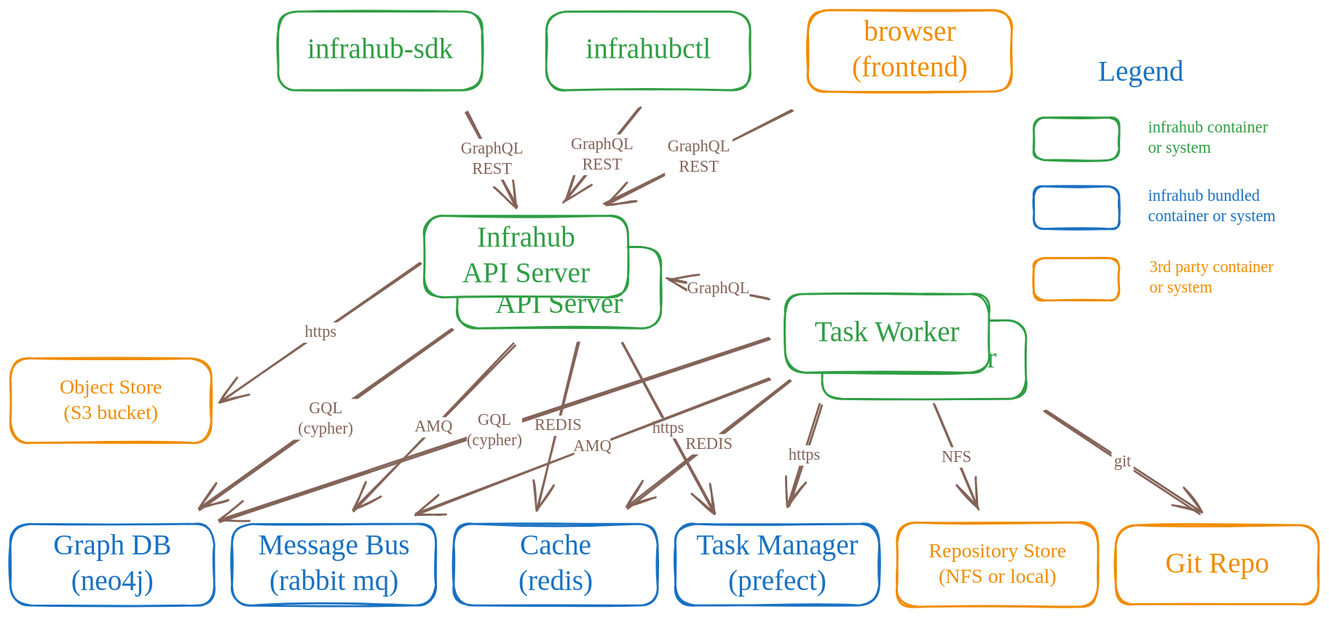
opsmill/infrahub-docs keeps this Excalidraw diagram as docs/docs/media/high_level_architecture.excalidraw.svg. Above is the earlier version. Source tidied: one line per element, renumbered; positions are measured from the earlier drawing's top-left corner, leaving out a move shared by most shapes.
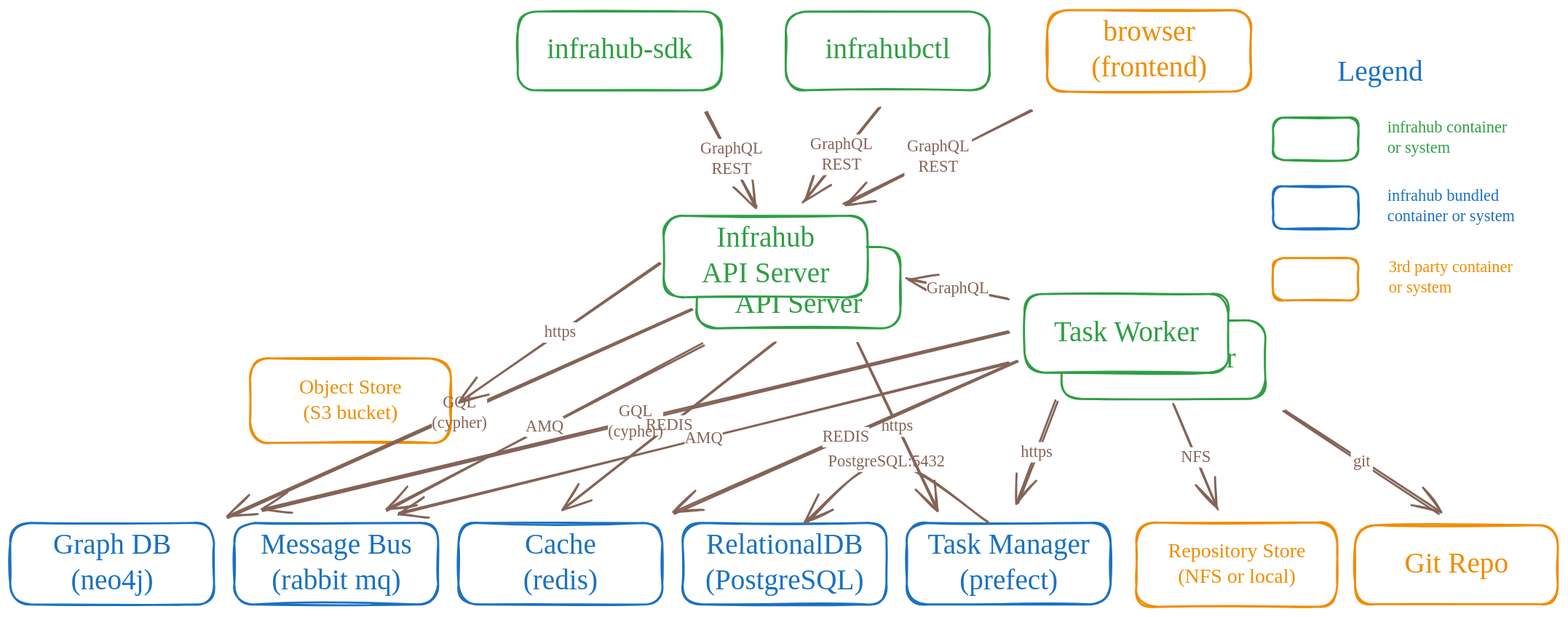
Later version of the same file.

Change to the diagram source:
```diff
@@ -8,12 +8,12 @@
 {"id": 7, "type": "text", "text": "Infrahub\nAPI Server", "strokeColor": "#2f9e44", "strokeWidth": 2, "roughness": 1, "fontSize": 28, "fontFamily": 5, "textAlign": "center", "verticalAlign": "middle", "inside": 6, "x": 463, "y": 237, "width": 150, "height": 70}
 {"id": 8, "type": "rectangle", "strokeColor": "#2f9e44", "backgroundColor": "#ffffff", "fillStyle": "solid", "strokeWidth": 2, "roughness": 1, "round": true, "x": 406, "y": 202, "width": 200, "height": 80}
 {"id": 9, "type": "text", "text": "Infrahub\nAPI Server", "strokeColor": "#2f9e44", "strokeWidth": 2, "roughness": 1, "fontSize": 28, "fontFamily": 5, "textAlign": "center", "verticalAlign": "middle", "inside": 8, "x": 431, "y": 207, "width": 150, "height": 70}
-{"id": 10, "type": "rectangle", "strokeColor": "#1971c2", "strokeWidth": 2, "roughness": 1, "round": true, "x": 0, "y": 504, "width": 200, "height": 80}
+{"id": 10, "type": "rectangle", "strokeColor": "#1971c2", "strokeWidth": 2, "roughness": 1, "round": true, "x": -235, "y": 504, "width": 200, "height": 80}
-{"id": 11, "type": "text", "text": "Graph DB\n(neo4j)", "strokeColor": "#1971c2", "strokeWidth": 2, "roughness": 1, "fontSize": 28, "fontFamily": 5, "textAlign": "center", "verticalAlign": "middle", "inside": 10, "x": 33, "y": 509, "width": 134, "height": 70}
+{"id": 11, "type": "text", "text": "Graph DB\n(neo4j)", "strokeColor": "#1971c2", "strokeWidth": 2, "roughness": 1, "fontSize": 28, "fontFamily": 5, "textAlign": "center", "verticalAlign": "middle", "inside": 10, "x": -202, "y": 509, "width": 134, "height": 70}
-{"id": 12, "type": "rectangle", "strokeColor": "#1971c2", "strokeWidth": 2, "roughness": 1, "round": true, "x": 217, "y": 504, "width": 200, "height": 80}
+{"id": 12, "type": "rectangle", "strokeColor": "#1971c2", "strokeWidth": 2, "roughness": 1, "round": true, "x": -15, "y": 504, "width": 200, "height": 80}
-{"id": 13, "type": "text", "text": "Message Bus\n(rabbit mq)", "strokeColor": "#1971c2", "strokeWidth": 2, "roughness": 1, "fontSize": 28, "fontFamily": 5, "textAlign": "center", "verticalAlign": "middle", "inside": 12, "x": 229, "y": 509, "width": 177, "height": 70}
+{"id": 13, "type": "text", "text": "Message Bus\n(rabbit mq)", "strokeColor": "#1971c2", "strokeWidth": 2, "roughness": 1, "fontSize": 28, "fontFamily": 5, "textAlign": "center", "verticalAlign": "middle", "inside": 12, "x": 10, "y": 509, "width": 149, "height": 70}
-{"id": 14, "type": "rectangle", "strokeColor": "#1971c2", "strokeWidth": 2, "roughness": 1, "round": true, "x": 435, "y": 504, "width": 200, "height": 80}
+{"id": 14, "type": "rectangle", "strokeColor": "#1971c2", "strokeWidth": 2, "roughness": 1, "round": true, "x": 205, "y": 504, "width": 200, "height": 80}
-{"id": 15, "type": "text", "text": "Cache\n(redis)", "strokeColor": "#1971c2", "strokeWidth": 2, "roughness": 1, "fontSize": 28, "fontFamily": 5, "textAlign": "center", "verticalAlign": "middle", "inside": 14, "x": 491, "y": 509, "width": 89, "height": 70}
+{"id": 15, "type": "text", "text": "Cache\n(redis)", "strokeColor": "#1971c2", "strokeWidth": 2, "roughness": 1, "fontSize": 28, "fontFamily": 5, "textAlign": "center", "verticalAlign": "middle", "inside": 14, "x": 260, "y": 509, "width": 89, "height": 70}
 {"id": 16, "type": "rectangle", "strokeColor": "#f08c00", "strokeWidth": 2, "roughness": 1, "round": true, "x": 870, "y": 503, "width": 197, "height": 83}
 {"id": 17, "type": "text", "text": "Repository Store\n(NFS or local)", "strokeColor": "#f08c00", "strokeWidth": 2, "roughness": 1, "fontSize": 20, "fontFamily": 5, "textAlign": "center", "verticalAlign": "middle", "inside": 16, "x": 884, "y": 519, "width": 169, "height": 50}
 {"id": 18, "type": "rectangle", "strokeColor": "#f08c00", "strokeWidth": 2, "roughness": 1, "round": true, "x": 1085, "y": 506, "width": 199, "height": 78}
@@ -25,8 +25,8 @@
 {"id": 24, "type": "text", "text": "infrahub bundled\ncontainer or system", "strokeColor": "#1971c2", "backgroundColor": "#ffffff", "fillStyle": "solid", "strokeWidth": 2, "roughness": 1, "fontSize": 16, "fontFamily": 5, "x": 1116, "y": 173, "width": 125, "height": 40}
 {"id": 25, "type": "rectangle", "strokeColor": "#f08c00", "strokeWidth": 2, "roughness": 1, "round": true, "x": 1004, "y": 243, "width": 84, "height": 42}
 {"id": 26, "type": "text", "text": "3rd party container\nor system", "strokeColor": "#f08c00", "backgroundColor": "#ffffff", "fillStyle": "solid", "strokeWidth": 2, "roughness": 1, "fontSize": 16, "fontFamily": 5, "x": 1118, "y": 243, "width": 122, "height": 40}
-{"id": 27, "type": "rectangle", "strokeColor": "#1971c2", "strokeWidth": 2, "roughness": 1, "round": true, "x": 652, "y": 504, "width": 200, "height": 80}
+{"id": 27, "type": "rectangle", "strokeColor": "#1971c2", "strokeWidth": 2, "roughness": 1, "round": true, "x": 645, "y": 504, "width": 200, "height": 80}
-{"id": 28, "type": "text", "text": "Task Manager\n(prefect)", "strokeColor": "#1971c2", "strokeWidth": 2, "roughness": 1, "fontSize": 28, "fontFamily": 5, "textAlign": "center", "verticalAlign": "middle", "inside": 27, "x": 658, "y": 509, "width": 189, "height": 70}
+{"id": 28, "type": "text", "text": "Task Manager\n(prefect)", "strokeColor": "#1971c2", "strokeWidth": 2, "roughness": 1, "fontSize": 28, "fontFamily": 5, "textAlign": "center", "verticalAlign": "middle", "inside": 27, "x": 650, "y": 509, "width": 189, "height": 70}
 {"id": 29, "type": "arrow", "strokeColor": "#846358", "backgroundColor": "#ffffff", "fillStyle": "solid", "strokeWidth": 2, "roughness": 1, "endArrowhead": "arrow", "round": true, "to": 8, "x": 448, "y": 100, "width": 49, "height": 93, "points": [[0, 0], [49, 93]]}
 {"id": 30, "type": "text", "text": "GraphQL\nREST", "strokeColor": "#846358", "backgroundColor": "#ffffff", "fillStyle": "solid", "strokeWidth": 2, "roughness": 1, "fontSize": 16, "fontFamily": 5, "textAlign": "center", "verticalAlign": "middle", "inside": 29, "x": 439, "y": 126, "width": 66, "height": 40}
 {"id": 31, "type": "arrow", "strokeColor": "#846358", "backgroundColor": "#ffffff", "fillStyle": "solid", "strokeWidth": 2, "roughness": 1, "endArrowhead": "arrow", "round": true, "to": 8, "x": 618, "y": 96, "width": 74, "height": 93, "points": [[0, 0], [-74, 93]]}
@@ -41,25 +41,29 @@
 {"id": 40, "type": "text", "text": "Object Store\n(S3 bucket)", "strokeColor": "#f08c00", "strokeWidth": 2, "roughness": 1, "fontSize": 20, "fontFamily": 5, "textAlign": "center", "verticalAlign": "middle", "inside": 39, "x": 35, "y": 358, "width": 126, "height": 50}
 {"id": 41, "type": "arrow", "strokeColor": "#846358", "backgroundColor": "#ffffff", "fillStyle": "solid", "strokeWidth": 2, "roughness": 1, "endArrowhead": "arrow", "round": true, "from": 8, "to": 39, "x": 402, "y": 248, "width": 195, "height": 136, "points": [[0, 0], [-195, 136]]}
 {"id": 42, "type": "text", "text": "https", "strokeColor": "#846358", "backgroundColor": "#ffffff", "fillStyle": "solid", "strokeWidth": 2, "roughness": 1, "fontSize": 16, "fontFamily": 5, "textAlign": "center", "verticalAlign": "middle", "inside": 41, "x": 236, "y": 343, "width": 45, "height": 20}
-{"id": 43, "type": "arrow", "strokeColor": "#846358", "backgroundColor": "#ffffff", "fillStyle": "solid", "strokeWidth": 2, "roughness": 1, "endArrowhead": "arrow", "round": true, "from": 6, "to": 10, "x": 434, "y": 313, "width": 249, "height": 177, "points": [[0, 0], [-249, 177]]}
+{"id": 43, "type": "arrow", "strokeColor": "#846358", "backgroundColor": "#ffffff", "fillStyle": "solid", "strokeWidth": 2, "roughness": 1, "endArrowhead": "arrow", "round": true, "from": 6, "to": 10, "x": 434, "y": 294, "width": 456, "height": 204, "points": [[0, 0], [-456, 204]]}
-{"id": 44, "type": "text", "text": "GQL\n(cypher)", "strokeColor": "#846358", "backgroundColor": "#ffffff", "fillStyle": "solid", "strokeWidth": 2, "roughness": 1, "fontSize": 16, "fontFamily": 5, "textAlign": "center", "verticalAlign": "middle", "inside": 43, "x": 331, "y": 377, "width": 63, "height": 40}
+{"id": 44, "type": "text", "text": "GQL\n(cypher)", "strokeColor": "#846358", "backgroundColor": "#ffffff", "fillStyle": "solid", "strokeWidth": 2, "roughness": 1, "fontSize": 16, "fontFamily": 5, "textAlign": "center", "verticalAlign": "middle", "inside": 43, "x": 331, "y": 377, "width": 54, "height": 40}
-{"id": 45, "type": "arrow", "strokeColor": "#846358", "backgroundColor": "#ffffff", "fillStyle": "solid", "strokeWidth": 2, "roughness": 1, "endArrowhead": "arrow", "round": true, "from": 6, "to": 12, "x": 495, "y": 328, "width": 159, "height": 163, "points": [[0, 0], [-159, 163]]}
+{"id": 45, "type": "arrow", "strokeColor": "#846358", "backgroundColor": "#ffffff", "fillStyle": "solid", "strokeWidth": 2, "roughness": 1, "endArrowhead": "arrow", "round": true, "from": 6, "to": 12, "x": 445, "y": 328, "width": 311, "height": 162, "points": [[0, 0], [-311, 162]]}
-{"id": 46, "type": "text", "text": "AMQ", "strokeColor": "#846358", "backgroundColor": "#ffffff", "fillStyle": "solid", "strokeWidth": 2, "roughness": 1, "fontSize": 16, "fontFamily": 5, "textAlign": "center", "verticalAlign": "middle", "inside": 45, "x": 499, "y": 391, "width": 35, "height": 20}
+{"id": 46, "type": "text", "text": "AMQ", "strokeColor": "#846358", "backgroundColor": "#ffffff", "fillStyle": "solid", "strokeWidth": 2, "roughness": 1, "fontSize": 16, "fontFamily": 5, "textAlign": "center", "verticalAlign": "middle", "inside": 45, "x": 499, "y": 391, "width": 37, "height": 20}
-{"id": 47, "type": "arrow", "strokeColor": "#846358", "backgroundColor": "#ffffff", "fillStyle": "solid", "strokeWidth": 2, "roughness": 1, "endArrowhead": "arrow", "round": true, "from": 37, "to": 12, "x": 745, "y": 363, "width": 348, "height": 132, "points": [[0, 0], [-348, 132]]}
+{"id": 47, "type": "arrow", "strokeColor": "#846358", "backgroundColor": "#ffffff", "fillStyle": "solid", "strokeWidth": 2, "roughness": 1, "endArrowhead": "arrow", "round": true, "from": 37, "to": 12, "x": 745, "y": 347, "width": 599, "height": 147, "points": [[0, 0], [-599, 147]]}
-{"id": 48, "type": "text", "text": "AMQ", "strokeColor": "#846358", "backgroundColor": "#ffffff", "fillStyle": "solid", "strokeWidth": 2, "roughness": 1, "fontSize": 16, "fontFamily": 5, "textAlign": "center", "verticalAlign": "middle", "inside": 47, "x": 507, "y": 383, "width": 35, "height": 20}
+{"id": 48, "type": "text", "text": "AMQ", "strokeColor": "#846358", "backgroundColor": "#ffffff", "fillStyle": "solid", "strokeWidth": 2, "roughness": 1, "fontSize": 16, "fontFamily": 5, "textAlign": "center", "verticalAlign": "middle", "inside": 47, "x": 507, "y": 383, "width": 37, "height": 20}
-{"id": 49, "type": "arrow", "strokeColor": "#846358", "backgroundColor": "#ffffff", "fillStyle": "solid", "strokeWidth": 2, "roughness": 1, "endArrowhead": "arrow", "round": true, "from": 6, "to": 14, "x": 557, "y": 325, "width": 40, "height": 165, "points": [[0, 0], [-40, 165]]}
+{"id": 49, "type": "arrow", "strokeColor": "#846358", "backgroundColor": "#ffffff", "fillStyle": "solid", "strokeWidth": 2, "roughness": 1, "endArrowhead": "arrow", "round": true, "from": 6, "to": 14, "x": 515, "y": 325, "width": 208, "height": 165, "points": [[0, 0], [-208, 165]]}
-{"id": 50, "type": "text", "text": "REDIS", "strokeColor": "#846358", "backgroundColor": "#ffffff", "fillStyle": "solid", "strokeWidth": 2, "roughness": 1, "fontSize": 16, "fontFamily": 5, "textAlign": "center", "verticalAlign": "middle", "inside": 49, "x": 634, "y": 366, "width": 55, "height": 20}
+{"id": 50, "type": "text", "text": "REDIS", "strokeColor": "#846358", "backgroundColor": "#ffffff", "fillStyle": "solid", "strokeWidth": 2, "roughness": 1, "fontSize": 16, "fontFamily": 5, "textAlign": "center", "verticalAlign": "middle", "inside": 49, "x": 634, "y": 366, "width": 46, "height": 20}
 {"id": 51, "type": "arrow", "strokeColor": "#846358", "backgroundColor": "#ffffff", "fillStyle": "solid", "strokeWidth": 2, "roughness": 1, "endArrowhead": "arrow", "round": true, "from": 35, "to": 16, "x": 906, "y": 388, "width": 44, "height": 102, "points": [[0, 0], [44, 102]]}
 {"id": 52, "type": "text", "text": "NFS", "strokeColor": "#846358", "backgroundColor": "#ffffff", "fillStyle": "solid", "strokeWidth": 2, "roughness": 1, "fontSize": 16, "fontFamily": 5, "textAlign": "center", "verticalAlign": "middle", "inside": 51, "x": 940, "y": 457, "width": 31, "height": 20}
 {"id": 53, "type": "arrow", "strokeColor": "#846358", "backgroundColor": "#ffffff", "fillStyle": "solid", "strokeWidth": 2, "roughness": 1, "endArrowhead": "arrow", "round": true, "from": 35, "to": 18, "x": 1015, "y": 393, "width": 153, "height": 101, "points": [[0, 0], [153, 101]]}
 {"id": 54, "type": "text", "text": "git", "strokeColor": "#846358", "backgroundColor": "#ffffff", "fillStyle": "solid", "strokeWidth": 2, "roughness": 1, "fontSize": 16, "fontFamily": 5, "textAlign": "center", "verticalAlign": "middle", "inside": 53, "x": 1122, "y": 450, "width": 22, "height": 20}
-{"id": 55, "type": "arrow", "strokeColor": "#846358", "backgroundColor": "#ffffff", "fillStyle": "solid", "strokeWidth": 2, "roughness": 1, "startArrowhead": "arrow", "round": true, "from": 27, "to": 35, "x": 763, "y": 488, "width": 32, "height": 101, "points": [[0, 0], [32, -101]]}
+{"id": 55, "type": "arrow", "strokeColor": "#846358", "backgroundColor": "#ffffff", "fillStyle": "solid", "strokeWidth": 2, "roughness": 1, "startArrowhead": "arrow", "round": true, "from": 27, "to": 35, "x": 753, "y": 485, "width": 39, "height": 101, "points": [[0, 0], [39, -101]]}
-{"id": 56, "type": "text", "text": "https", "strokeColor": "#846358", "backgroundColor": "#ffffff", "fillStyle": "solid", "strokeWidth": 2, "roughness": 1, "fontSize": 16, "fontFamily": 5, "textAlign": "center", "verticalAlign": "middle", "inside": 55, "x": 236, "y": 343, "width": 45, "height": 20}
+{"id": 56, "type": "text", "text": "https", "strokeColor": "#846358", "backgroundColor": "#ffffff", "fillStyle": "solid", "strokeWidth": 2, "roughness": 1, "fontSize": 16, "fontFamily": 5, "textAlign": "center", "verticalAlign": "middle", "inside": 55, "x": 236, "y": 343, "width": 31, "height": 20}
-{"id": 57, "type": "arrow", "strokeColor": "#846358", "backgroundColor": "#ffffff", "fillStyle": "solid", "strokeWidth": 2, "roughness": 1, "endArrowhead": "arrow", "round": true, "from": 6, "to": 27, "x": 600, "y": 326, "width": 91, "height": 168, "points": [[0, 0], [91, 168]]}
+{"id": 57, "type": "arrow", "strokeColor": "#846358", "backgroundColor": "#ffffff", "fillStyle": "solid", "strokeWidth": 2, "roughness": 1, "endArrowhead": "arrow", "round": true, "from": 6, "to": 27, "x": 596, "y": 326, "width": 79, "height": 165, "points": [[0, 0], [79, 165]]}
-{"id": 58, "type": "text", "text": "https", "strokeColor": "#846358", "backgroundColor": "#ffffff", "fillStyle": "solid", "strokeWidth": 2, "roughness": 1, "fontSize": 16, "fontFamily": 5, "textAlign": "center", "verticalAlign": "middle", "inside": 57, "x": 663, "y": 249, "width": 45, "height": 20}
+{"id": 58, "type": "text", "text": "https", "strokeColor": "#846358", "backgroundColor": "#ffffff", "fillStyle": "solid", "strokeWidth": 2, "roughness": 1, "fontSize": 16, "fontFamily": 5, "textAlign": "center", "verticalAlign": "middle", "inside": 57, "x": 663, "y": 249, "width": 31, "height": 20}
 {"id": 59, "type": "arrow", "strokeColor": "#846358", "backgroundColor": "#ffffff", "fillStyle": "solid", "strokeWidth": 2, "roughness": 1, "endArrowhead": "arrow", "round": true, "from": 37, "to": 6, "x": 745, "y": 284, "width": 100, "height": 20, "points": [[0, 0], [-100, -20]]}
 {"id": 60, "type": "text", "text": "GraphQL", "strokeColor": "#846358", "backgroundColor": "#ffffff", "fillStyle": "solid", "strokeWidth": 2, "roughness": 1, "fontSize": 16, "fontFamily": 5, "textAlign": "center", "verticalAlign": "middle", "inside": 59, "x": 664, "y": 264, "width": 61, "height": 20}
-{"id": 61, "type": "arrow", "strokeColor": "#846358", "backgroundColor": "#ffffff", "fillStyle": "solid", "strokeWidth": 2, "roughness": 1, "endArrowhead": "arrow", "round": true, "from": 37, "to": 12, "x": 745, "y": 324, "width": 539, "height": 179, "points": [[0, 0], [-539, 179]]}
+{"id": 61, "type": "arrow", "strokeColor": "#846358", "backgroundColor": "#ffffff", "fillStyle": "solid", "strokeWidth": 2, "roughness": 1, "endArrowhead": "arrow", "round": true, "from": 37, "to": 12, "x": 745, "y": 317, "width": 732, "height": 174, "points": [[0, 0], [-732, 174]]}
 {"id": 62, "type": "text", "text": "GQL\n(cypher)", "strokeColor": "#846358", "backgroundColor": "#ffffff", "fillStyle": "solid", "strokeWidth": 2, "roughness": 1, "fontSize": 16, "fontFamily": 5, "textAlign": "center", "verticalAlign": "middle", "inside": 61, "x": 331, "y": 377, "width": 54, "height": 40}
-{"id": 63, "type": "arrow", "strokeColor": "#846358", "backgroundColor": "#ffffff", "fillStyle": "solid", "strokeWidth": 2, "roughness": 1, "endArrowhead": "arrow", "round": true, "from": 37, "to": 14, "x": 765, "y": 364, "width": 158, "height": 125, "points": [[0, 0], [-158, 125]]}
+{"id": 63, "type": "arrow", "strokeColor": "#846358", "backgroundColor": "#ffffff", "fillStyle": "solid", "strokeWidth": 2, "roughness": 1, "endArrowhead": "arrow", "round": true, "from": 37, "to": 14, "x": 753, "y": 345, "width": 336, "height": 150, "points": [[0, 0], [-336, 150]]}
 {"id": 64, "type": "text", "text": "REDIS", "strokeColor": "#846358", "backgroundColor": "#ffffff", "fillStyle": "solid", "strokeWidth": 2, "roughness": 1, "fontSize": 16, "fontFamily": 5, "textAlign": "center", "verticalAlign": "middle", "inside": 63, "x": 634, "y": 366, "width": 46, "height": 20}
+{"id": 65, "type": "rectangle", "strokeColor": "#1971c2", "strokeWidth": 2, "roughness": 1, "round": true, "x": 425, "y": 504, "width": 200, "height": 80}
+{"id": 66, "type": "text", "text": "RelationalDB\n(PostgreSQL)", "strokeColor": "#1971c2", "strokeWidth": 2, "roughness": 1, "fontSize": 28, "fontFamily": 5, "textAlign": "center", "verticalAlign": "middle", "inside": 65, "x": 447, "y": 509, "width": 156, "height": 70}
+{"id": 67, "type": "arrow", "strokeColor": "#846358", "backgroundColor": "#ffffff", "fillStyle": "solid", "strokeWidth": 2, "roughness": 1, "endArrowhead": "arrow", "round": true, "x": 724, "y": 504, "width": 180, "height": 60, "points": [[0, 0], [-100, -60], [-180, 0]]}
+{"id": 68, "type": "text", "text": "PostgreSQL:5432", "strokeColor": "#846358", "backgroundColor": "#ffffff", "fillStyle": "solid", "strokeWidth": 2, "roughness": 1, "fontSize": 16, "fontFamily": 5, "textAlign": "center", "verticalAlign": "middle", "inside": 67, "x": 527, "y": 474, "width": 115, "height": 20}
```
